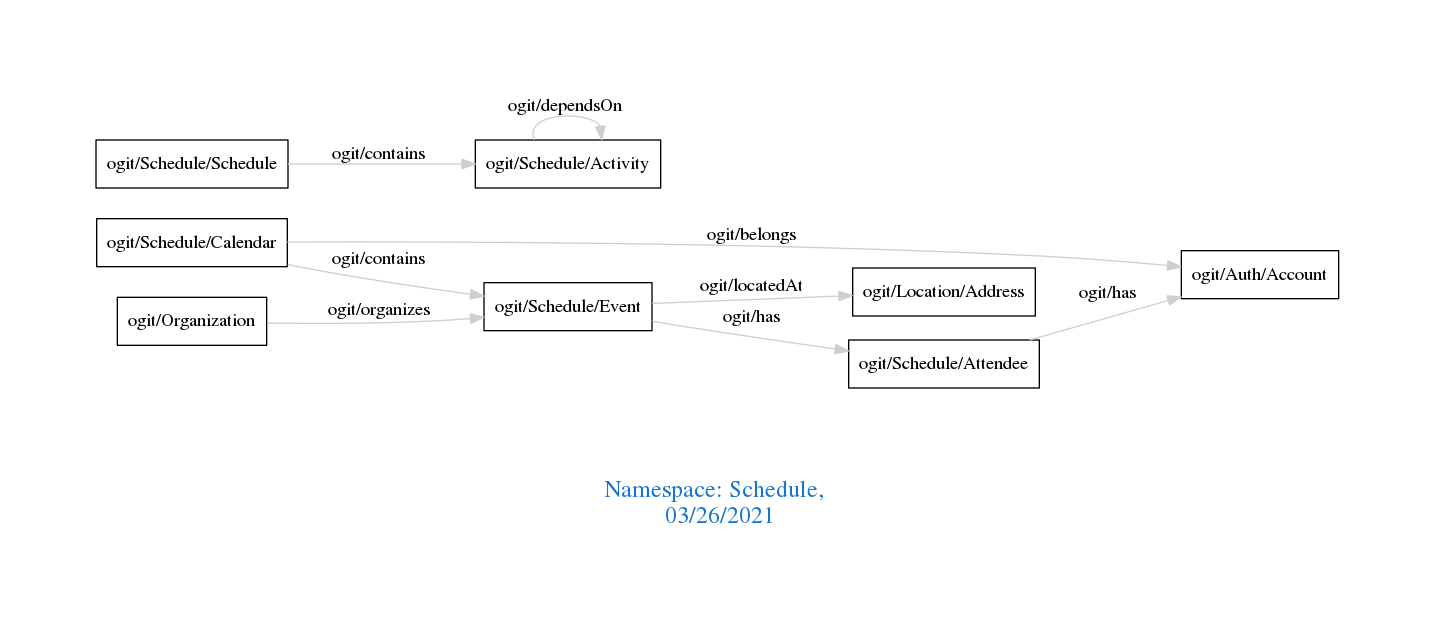
The Graphviz diagram downloads/Schedule.png in arago/OGIT, before a commit. Its source is kept beside it as downloads/Schedule.dot.
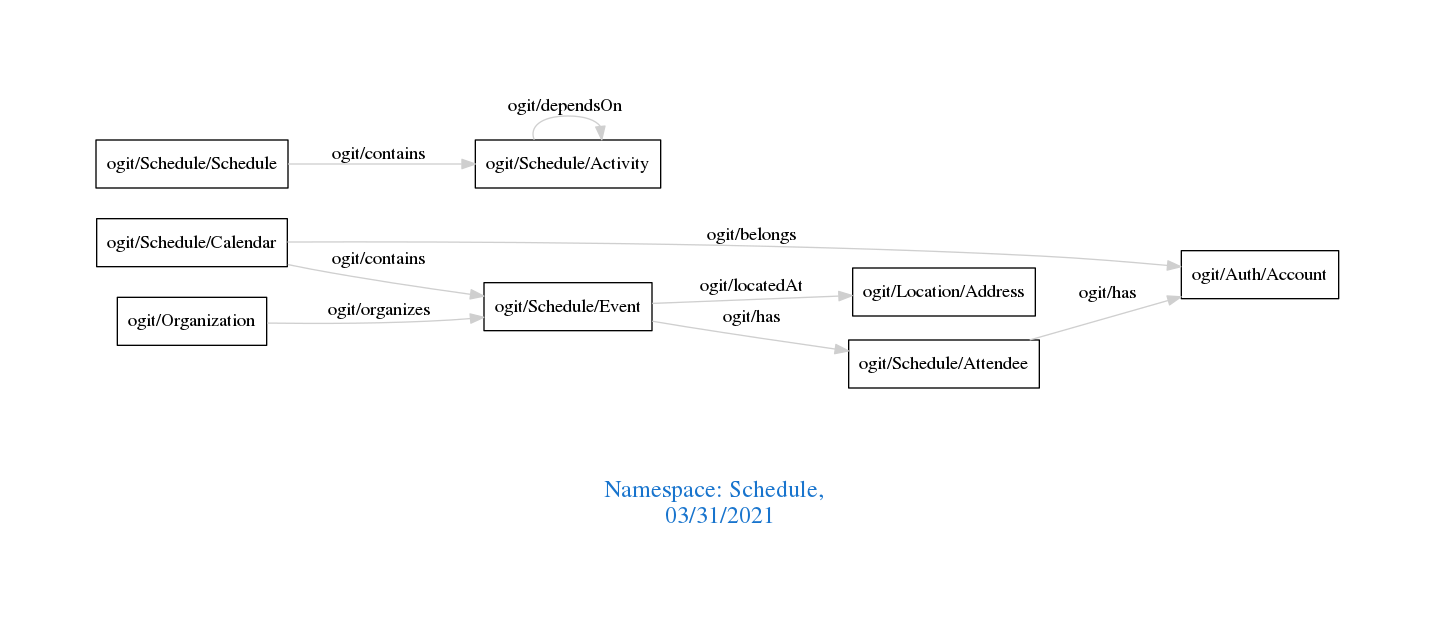
The same file after the commit.

Change to the diagram source:
```diff
@@ -1,7 +1,7 @@
 digraph OGIT_ontology {
  graph [ rankdir= LR,pad=1
 fontsize = 18,
-fontcolor= dodgerblue3,label = "\n\n\nNamespace: Schedule, \n 03/26/2021"];
+fontcolor= dodgerblue3,label = "\n\n\nNamespace: Schedule, \n 03/31/2021"];
 node[shape=polygon];
 edge [  color="gray81"];
 
```
